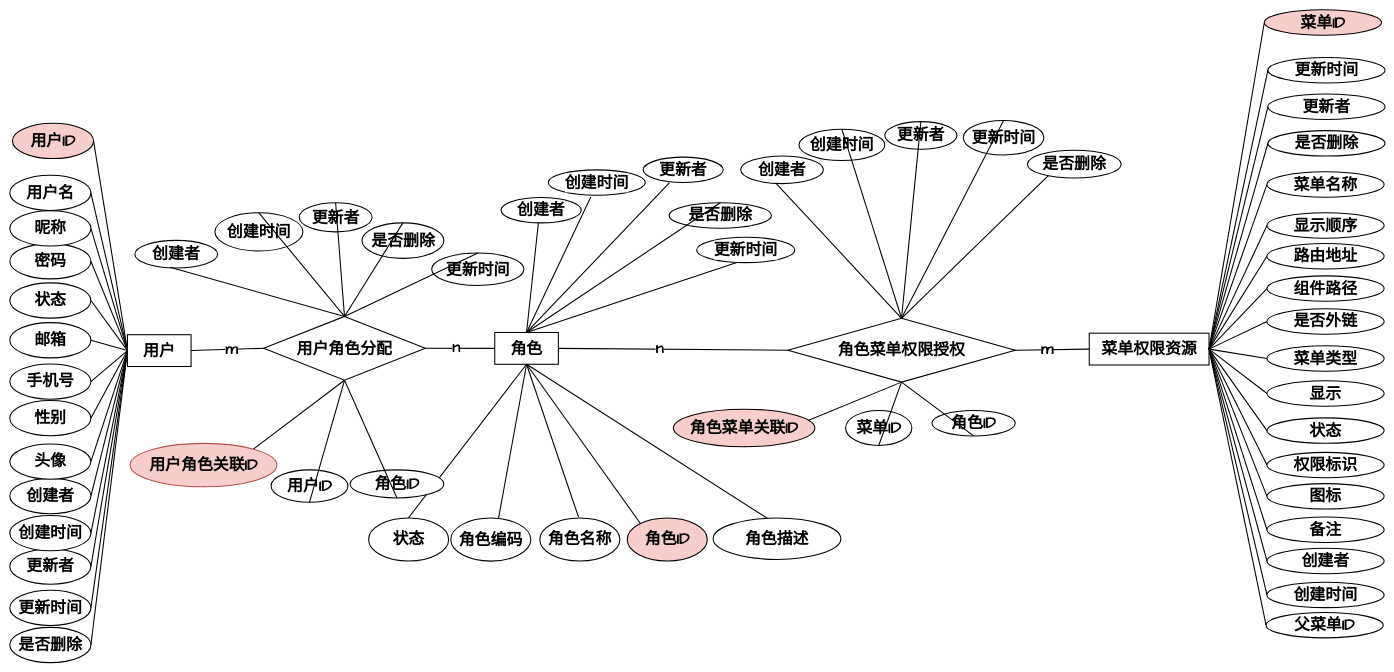
zhangbird050801/bird-blog keeps this draw.io diagram as graph/权限模块ER图.drawio. Above is the earlier version. Source tidied: cells renumbered, new cells numbered last; positions are measured from the earlier drawing's top-left corner, leaving out a move shared by most shapes. Both pictures are drawn from the tidied source at 53%, with x=0, y=0 at pixel (10, 10).
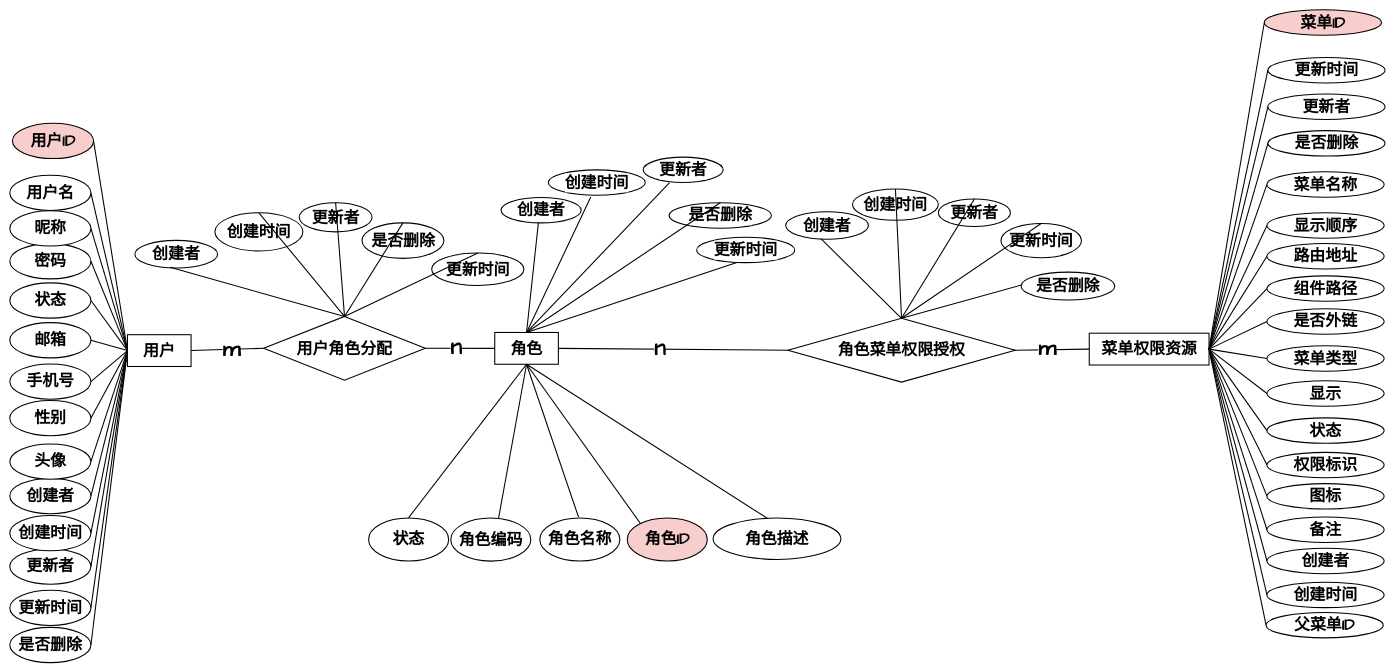
After the change.

Commit message (it also covers changes not shown here):
更新权限模块ER图.drawio

The change refers to these unchanged cells:
```xml
<mxCell id="18" style="rounded=0;jettySize=auto;html=1;exitX=1;exitY=0.5;exitDx=0;exitDy=0;endArrow=none;endFill=0;fontSize=30;fontFamily=Comic Sans MS;entryX=0;entryY=0.5;entryDx=0;entryDy=0;fontStyle=1;strokeColor=default;strokeWidth=2;align=center;verticalAlign=middle;fontColor=default;labelBackgroundColor=default;" parent="1" edge="1" source="20" target="38">
  <mxGeometry relative="1" as="geometry" />
</mxCell>
<mxCell id="35" style="rounded=0;jettySize=auto;html=1;exitX=1;exitY=0.5;exitDx=0;exitDy=0;entryX=0;entryY=0.5;entryDx=0;entryDy=0;endArrow=none;endFill=0;fontSize=30;fontFamily=Comic Sans MS;fontStyle=1;strokeColor=default;strokeWidth=2;align=center;verticalAlign=middle;fontColor=default;labelBackgroundColor=default;" parent="1" edge="1" source="38" target="2">
  <mxGeometry relative="1" as="geometry" />
</mxCell>
<mxCell id="38" value="用户角色分配" style="rhombus;whiteSpace=wrap;html=1;fontSize=30;fontFamily=Comic Sans MS;fontStyle=1;rounded=0;strokeColor=default;strokeWidth=2;align=center;verticalAlign=middle;fontColor=default;labelBackgroundColor=default;" parent="1" vertex="1">
  <mxGeometry x="479" y="578.5" width="305" height="120.5" as="geometry" />
</mxCell>
<mxCell id="111" style="rounded=0;jettySize=auto;html=1;exitX=1;exitY=0.5;exitDx=0;exitDy=0;entryX=0;entryY=0.5;entryDx=0;entryDy=0;endArrow=none;endFill=0;fontSize=30;fontFamily=Comic Sans MS;fontStyle=1;strokeColor=default;strokeWidth=2;align=center;verticalAlign=middle;fontColor=default;labelBackgroundColor=default;" parent="1" edge="1" source="2" target="116">
  <mxGeometry relative="1" as="geometry" />
</mxCell>
<mxCell id="113" style="rounded=0;jettySize=auto;html=1;exitX=1;exitY=0.5;exitDx=0;exitDy=0;endArrow=none;endFill=0;fontSize=30;fontFamily=Comic Sans MS;fontStyle=1;entryX=0;entryY=0.5;entryDx=0;entryDy=0;strokeColor=default;strokeWidth=2;align=center;verticalAlign=middle;fontColor=default;labelBackgroundColor=default;" parent="1" edge="1" source="116" target="3">
  <mxGeometry relative="1" as="geometry" />
</mxCell>
<mxCell id="116" value="角色菜单权限授权" style="rhombus;whiteSpace=wrap;html=1;fontSize=30;fontFamily=Comic Sans MS;fontStyle=1;rounded=0;strokeColor=default;strokeWidth=2;align=center;verticalAlign=middle;fontColor=default;labelBackgroundColor=default;" parent="1" vertex="1">
  <mxGeometry x="1468" y="582" width="429" height="120.5" as="geometry" />
</mxCell>
```

What changed in the source:
```diff
@@
-    <mxCell id="19" value="m" style="edgeLabel;html=1;align=center;verticalAlign=middle;fontSize=30;fontColor=default;fontFamily=Comic Sans MS;fontStyle=1;rounded=0;strokeColor=default;strokeWidth=2;labelBackgroundColor=default;" parent="18" vertex="1">
+    <mxCell id="19" value="m" style="edgeLabel;html=1;align=center;verticalAlign=middle;fontSize=43;fontColor=default;fontFamily=Comic Sans MS;fontStyle=1;rounded=0;strokeColor=default;strokeWidth=2;labelBackgroundColor=default;" parent="18" vertex="1">
       <mxGeometry x="0.46" y="7" relative="1" as="geometry">
         <mxPoint x="-24" y="7" as="offset" />
       </mxGeometry>
     </mxCell>
@@
-    <mxCell id="36" value="n" style="edgeLabel;html=1;align=center;verticalAlign=middle;fontSize=30;fontColor=default;fontFamily=Comic Sans MS;fontStyle=1;rounded=0;strokeColor=default;strokeWidth=2;labelBackgroundColor=default;" parent="35" vertex="1">
+    <mxCell id="36" value="n" style="edgeLabel;html=1;align=center;verticalAlign=middle;fontSize=43;fontColor=default;fontFamily=Comic Sans MS;fontStyle=1;rounded=0;strokeColor=default;strokeWidth=2;labelBackgroundColor=default;" parent="35" vertex="1">
       <mxGeometry x="-0.12" y="3" relative="1" as="geometry">
         <mxPoint x="-1" as="offset" />
       </mxGeometry>
     </mxCell>
-    <mxCell id="37" style="rounded=0;jettySize=auto;html=1;entryX=0.5;entryY=1;entryDx=0;entryDy=0;exitX=0.5;exitY=1;exitDx=0;exitDy=0;endArrow=none;endFill=0;strokeColor=default;strokeWidth=2;align=center;verticalAlign=middle;fontFamily=Comic Sans MS;fontSize=30;fontColor=default;fontStyle=1;labelBackgroundColor=default;" parent="1" edge="1" source="38" target="100">
-      <mxGeometry relative="1" as="geometry" />
-    </mxCell>
@@
-    <mxCell id="100" value="用户角色关联ID" style="ellipse;whiteSpace=wrap;html=1;flipV=1;flipH=1;fontSize=30;fontFamily=Comic Sans MS;fontStyle=1;fillColor=#f8cecc;strokeColor=#b85450;rounded=0;strokeWidth=2;align=center;verticalAlign=middle;labelBackgroundColor=none;" parent="1" vertex="1">
-      <mxGeometry x="227" y="818" width="277" height="82" as="geometry" />
-    </mxCell>
-    <mxCell id="101" value="用户ID" style="ellipse;whiteSpace=wrap;html=1;flipV=1;flipH=1;fontSize=30;fontFamily=Comic Sans MS;fontStyle=1;rounded=0;strokeColor=default;strokeWidth=2;align=center;verticalAlign=middle;fontColor=default;labelBackgroundColor=default;" parent="1" vertex="1">
-      <mxGeometry x="493" y="868" width="145" height="61" as="geometry" />
-    </mxCell>
-    <mxCell id="102" value="角色ID" style="ellipse;whiteSpace=wrap;html=1;flipV=1;flipH=1;fontSize=30;fontFamily=Comic Sans MS;fontStyle=1;rounded=0;strokeColor=default;strokeWidth=2;align=center;verticalAlign=middle;fontColor=default;labelBackgroundColor=default;" parent="1" vertex="1">
-      <mxGeometry x="642" y="868" width="177" height="53" as="geometry" />
-    </mxCell>
-    <mxCell id="103" style="rounded=0;jettySize=auto;html=1;entryX=0.5;entryY=1;entryDx=0;entryDy=0;endArrow=none;endFill=0;exitX=0.5;exitY=1;exitDx=0;exitDy=0;strokeColor=default;strokeWidth=2;align=center;verticalAlign=middle;fontFamily=Comic Sans MS;fontSize=30;fontColor=default;fontStyle=1;labelBackgroundColor=default;" parent="1" edge="1" source="101" target="38">
-      <mxGeometry relative="1" as="geometry" />
-    </mxCell>
-    <mxCell id="104" style="rounded=0;jettySize=auto;html=1;entryX=0.5;entryY=1;entryDx=0;entryDy=0;endArrow=none;endFill=0;exitX=0.5;exitY=1;exitDx=0;exitDy=0;strokeColor=default;strokeWidth=2;align=center;verticalAlign=middle;fontFamily=Comic Sans MS;fontSize=30;fontColor=default;fontStyle=1;labelBackgroundColor=default;" parent="1" edge="1" source="102" target="38">
-      <mxGeometry relative="1" as="geometry" />
-    </mxCell>
@@
-    <mxCell id="112" value="n" style="edgeLabel;html=1;align=center;verticalAlign=middle;fontSize=30;fontColor=default;fontFamily=Comic Sans MS;fontStyle=1;rounded=0;strokeColor=default;strokeWidth=2;labelBackgroundColor=default;" parent="111" vertex="1">
+    <mxCell id="112" value="n" style="edgeLabel;html=1;align=center;verticalAlign=middle;fontSize=43;fontColor=default;fontFamily=Comic Sans MS;fontStyle=1;rounded=0;strokeColor=default;strokeWidth=2;labelBackgroundColor=default;" parent="111" vertex="1">
       <mxGeometry x="-0.12" y="3" relative="1" as="geometry">
         <mxPoint x="-1" as="offset" />
       </mxGeometry>
     </mxCell>
@@
-    <mxCell id="114" value="m" style="edgeLabel;html=1;align=center;verticalAlign=middle;fontSize=30;fontColor=default;fontFamily=Comic Sans MS;fontStyle=1;rounded=0;strokeColor=default;strokeWidth=2;labelBackgroundColor=default;" parent="113" vertex="1">
+    <mxCell id="114" value="m" style="edgeLabel;html=1;align=center;verticalAlign=middle;fontSize=43;fontColor=default;fontFamily=Comic Sans MS;fontStyle=1;rounded=0;strokeColor=default;strokeWidth=2;labelBackgroundColor=default;" parent="113" vertex="1">
       <mxGeometry x="-0.12" y="3" relative="1" as="geometry">
         <mxPoint x="-1" as="offset" />
       </mxGeometry>
     </mxCell>
-    <mxCell id="115" style="rounded=0;jettySize=auto;html=1;entryX=0.5;entryY=1;entryDx=0;entryDy=0;exitX=0.5;exitY=1;exitDx=0;exitDy=0;endArrow=none;endFill=0;strokeColor=default;strokeWidth=2;align=center;verticalAlign=middle;fontFamily=Comic Sans MS;fontSize=30;fontColor=default;fontStyle=1;labelBackgroundColor=default;" parent="1" edge="1" source="116" target="122">
-      <mxGeometry relative="1" as="geometry" />
-    </mxCell>
@@
     <mxCell id="117" value="创建者" style="ellipse;whiteSpace=wrap;html=1;flipV=1;flipH=1;fontSize=30;fontFamily=Comic Sans MS;fontStyle=1;rounded=0;strokeColor=default;strokeWidth=2;align=center;verticalAlign=middle;fontColor=default;labelBackgroundColor=default;" parent="1" vertex="1">
-      <mxGeometry x="1379" y="276" width="156" height="52" as="geometry" />
+      <mxGeometry x="1464" y="381" width="156" height="52" as="geometry" />
     </mxCell>
@@
     <mxCell id="119" value="创建时间" style="ellipse;whiteSpace=wrap;html=1;flipV=1;flipH=1;fontSize=30;fontFamily=Comic Sans MS;fontStyle=1;rounded=0;strokeColor=default;strokeWidth=2;align=center;verticalAlign=middle;fontColor=default;labelBackgroundColor=default;" parent="1" vertex="1">
-      <mxGeometry x="1489" y="225.5" width="162" height="59" as="geometry" />
+      <mxGeometry x="1590" y="338" width="162" height="59" as="geometry" />
     </mxCell>
     <mxCell id="120" value="更新者" style="ellipse;whiteSpace=wrap;html=1;flipV=1;flipH=1;fontSize=30;fontFamily=Comic Sans MS;fontStyle=1;rounded=0;strokeColor=default;strokeWidth=2;align=center;verticalAlign=middle;fontColor=default;labelBackgroundColor=default;" parent="1" vertex="1">
-      <mxGeometry x="1651" y="211" width="136" height="52" as="geometry" />
+      <mxGeometry x="1752" y="357" width="136" height="52" as="geometry" />
     </mxCell>
     <mxCell id="121" value="更新时间" style="ellipse;whiteSpace=wrap;html=1;flipV=1;flipH=1;fontSize=30;fontFamily=Comic Sans MS;fontStyle=1;rounded=0;strokeColor=default;strokeWidth=2;align=center;verticalAlign=middle;fontColor=default;labelBackgroundColor=default;" parent="1" vertex="1">
-      <mxGeometry x="1799" y="209" width="152" height="64.8" as="geometry" />
+      <mxGeometry x="1870" y="403.1" width="152" height="64.8" as="geometry" />
     </mxCell>
-    <mxCell id="122" value="角色菜单关联ID" style="ellipse;whiteSpace=wrap;html=1;flipV=1;flipH=1;fontSize=30;fontFamily=Comic Sans MS;fontStyle=1;fillColor=#f8cecc;strokeColor=default;rounded=0;strokeWidth=2;align=center;verticalAlign=middle;fontColor=default;labelBackgroundColor=none;" parent="1" vertex="1">
-      <mxGeometry x="1252" y="753.5" width="267" height="71" as="geometry" />
-    </mxCell>
-    <mxCell id="123" value="菜单ID" style="ellipse;whiteSpace=wrap;html=1;flipV=1;flipH=1;fontSize=30;fontFamily=Comic Sans MS;fontStyle=1;rounded=0;strokeColor=default;strokeWidth=2;align=center;verticalAlign=middle;fontColor=default;labelBackgroundColor=default;" parent="1" vertex="1">
-      <mxGeometry x="1577" y="756" width="125" height="66" as="geometry" />
-    </mxCell>
-    <mxCell id="124" value="角色ID" style="ellipse;whiteSpace=wrap;html=1;flipV=1;flipH=1;fontSize=30;fontFamily=Comic Sans MS;fontStyle=1;rounded=0;strokeColor=default;strokeWidth=2;align=center;verticalAlign=middle;fontColor=default;labelBackgroundColor=default;" parent="1" vertex="1">
-      <mxGeometry x="1740" y="756" width="157" height="48" as="geometry" />
-    </mxCell>
-    <mxCell id="125" style="rounded=0;jettySize=auto;html=1;entryX=0.5;entryY=1;entryDx=0;entryDy=0;endArrow=none;endFill=0;exitX=0.5;exitY=1;exitDx=0;exitDy=0;strokeColor=default;strokeWidth=2;align=center;verticalAlign=middle;fontFamily=Comic Sans MS;fontSize=30;fontColor=default;fontStyle=1;labelBackgroundColor=default;" parent="1" edge="1" source="123" target="116">
-      <mxGeometry relative="1" as="geometry" />
-    </mxCell>
-    <mxCell id="126" style="rounded=0;jettySize=auto;html=1;entryX=0.5;entryY=1;entryDx=0;entryDy=0;endArrow=none;endFill=0;exitX=0.5;exitY=1;exitDx=0;exitDy=0;strokeColor=default;strokeWidth=2;align=center;verticalAlign=middle;fontFamily=Comic Sans MS;fontSize=30;fontColor=default;fontStyle=1;labelBackgroundColor=default;" parent="1" edge="1" source="124" target="116">
-      <mxGeometry relative="1" as="geometry" />
-    </mxCell>
@@
     <mxCell id="131" value="是否删除" style="ellipse;whiteSpace=wrap;html=1;flipV=1;flipH=1;fontSize=30;fontFamily=Comic Sans MS;fontStyle=1;rounded=0;strokeColor=default;strokeWidth=2;align=center;verticalAlign=middle;fontColor=default;labelBackgroundColor=default;" parent="1" vertex="1">
-      <mxGeometry x="1920" y="265" width="177" height="52.5" as="geometry" />
+      <mxGeometry x="1908" y="495" width="177" height="52.5" as="geometry" />
     </mxCell>
```
